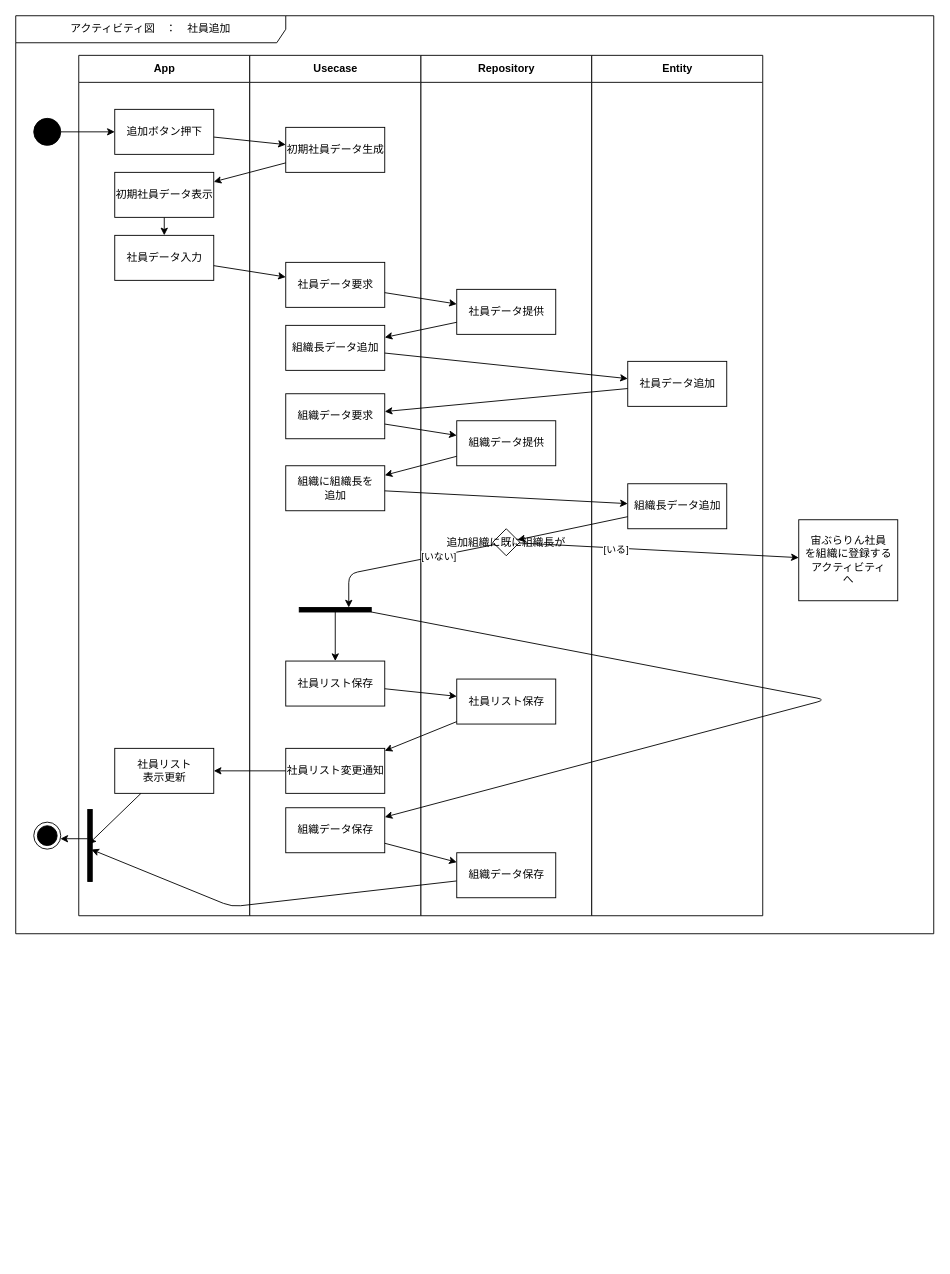
Above: page "社員追加" (2 of 6) of Designs/アクティビティ/アクティビティ図.drawio in bosssanovar/LightMvvmSample (draw.io), before the change. Source tidied: cells renumbered, new cells numbered last; positions are measured from the earlier drawing's top-left corner, leaving out a move shared by most shapes. Both pictures are drawn from the tidied source at 90%, with x=0, y=0 at pixel (15, 15).
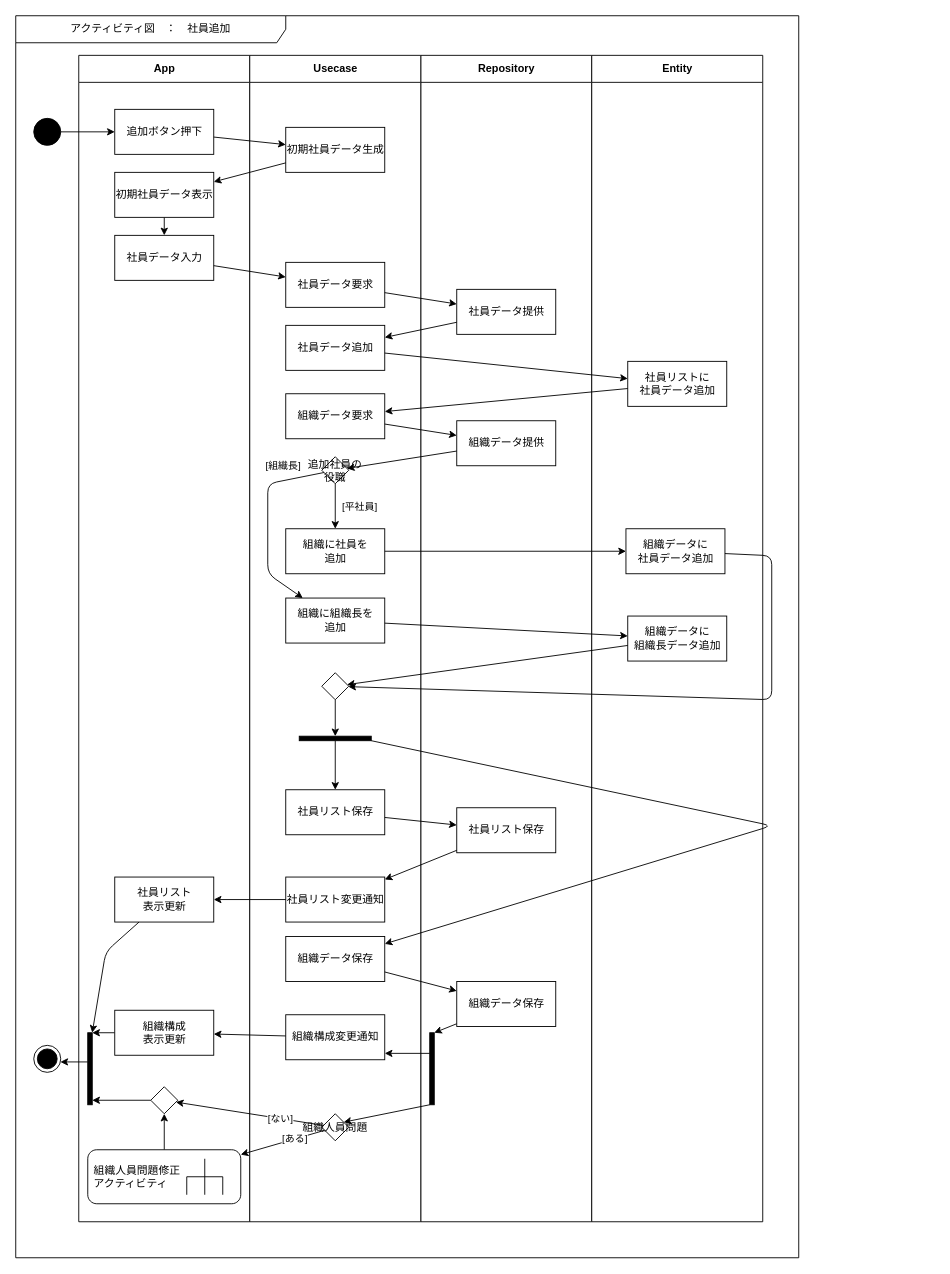
After the change.

The change refers to these unchanged cells:
```xml
<mxCell id="5" value="組織データ提供" style="html=1;" parent="3" vertex="1">
  <mxGeometry x="40" y="406" width="110" height="50" as="geometry" />
</mxCell>
```

Diff of the diagram source:
```diff
@@
     <mxCell id="2" value="アクティビティ図　：　社員追加" style="shape=umlFrame;whiteSpace=wrap;html=1;swimlaneFillColor=#FFFFFF;width=300;height=30;" parent="1" vertex="1">
-      <mxGeometry width="1020" height="1020" as="geometry" />
+      <mxGeometry width="870" height="1380" as="geometry" />
     </mxCell>
     <mxCell id="3" value="Repository" style="swimlane;fontStyle=1;align=center;horizontal=1;startSize=30;html=1;swimlaneFillColor=#FFFFFF;" parent="1" vertex="1">
-      <mxGeometry x="450" y="44" width="190" height="956" as="geometry" />
+      <mxGeometry x="450" y="44" width="190" height="1296" as="geometry" />
     </mxCell>
@@
-    <mxCell id="6" value="追加組織に既に組織長が" style="rhombus;" parent="3" vertex="1">
-      <mxGeometry x="80" y="526" width="30" height="30" as="geometry" />
-    </mxCell>
     <mxCell id="7" value="社員リスト保存" style="html=1;" parent="3" vertex="1">
-      <mxGeometry x="40" y="693" width="110" height="50" as="geometry" />
+      <mxGeometry x="40" y="836" width="110" height="50" as="geometry" />
     </mxCell>
+    <mxCell id="57" style="html=1;points=[];perimeter=orthogonalPerimeter;fillColor=strokeColor;" parent="3" vertex="1">
+      <mxGeometry x="10" y="1086" width="5" height="80" as="geometry" />
+    </mxCell>
     <mxCell id="8" value="Entity" style="swimlane;fontStyle=1;align=center;horizontal=1;startSize=30;html=1;swimlaneFillColor=#FFFFFF;" parent="1" vertex="1">
-      <mxGeometry x="640" y="44" width="190" height="956" as="geometry" />
+      <mxGeometry x="640" y="44" width="190" height="1296" as="geometry" />
     </mxCell>
-    <mxCell id="9" value="社員データ追加" style="html=1;" parent="8" vertex="1">
+    <mxCell id="9" value="社員リストに&lt;br&gt;社員データ追加" style="html=1;" parent="8" vertex="1">
       <mxGeometry x="40" y="340" width="110" height="50" as="geometry" />
     </mxCell>
-    <mxCell id="10" value="組織長データ追加" style="html=1;" parent="8" vertex="1">
-      <mxGeometry x="40" y="476" width="110" height="50" as="geometry" />
+    <mxCell id="10" value="組織データに&lt;br&gt;組織長データ追加" style="html=1;" parent="8" vertex="1">
+      <mxGeometry x="40" y="623" width="110" height="50" as="geometry" />
     </mxCell>
+    <mxCell id="58" value="組織データに&lt;br&gt;社員データ追加" style="html=1;" parent="8" vertex="1">
+      <mxGeometry x="38" y="526" width="110" height="50" as="geometry" />
+    </mxCell>
     <mxCell id="11" value="App" style="swimlane;fontStyle=1;align=center;horizontal=1;startSize=30;html=1;swimlaneFillColor=#FFFFFF;" parent="1" vertex="1">
-      <mxGeometry x="70" y="44" width="190" height="956" as="geometry" />
+      <mxGeometry x="70" y="44" width="190" height="1296" as="geometry" />
     </mxCell>
@@
     <mxCell id="16" style="html=1;points=[];perimeter=orthogonalPerimeter;fillColor=strokeColor;rotation=0;" parent="11" vertex="1">
-      <mxGeometry x="10" y="838" width="5" height="80" as="geometry" />
+      <mxGeometry x="10" y="1086" width="5" height="80" as="geometry" />
     </mxCell>
+    <mxCell id="59" style="edgeStyle=none;html=1;endArrow=classic;endFill=1;" parent="11" edge="1" source="60" target="62">
+      <mxGeometry relative="1" as="geometry" />
+    </mxCell>
+    <mxCell id="60" value="組織人員問題修正&lt;br&gt;アクティビティ" style="shape=mxgraph.uml25.behaviorAction;html=1;rounded=1;absoluteArcSize=1;arcSize=10;align=left;spacingLeft=5;" parent="11" vertex="1">
+      <mxGeometry x="10" y="1216" width="170" height="60" as="geometry" />
+    </mxCell>
+    <mxCell id="61" style="edgeStyle=none;html=1;endArrow=classic;endFill=1;" parent="11" edge="1" source="62" target="16">
+      <mxGeometry relative="1" as="geometry" />
+    </mxCell>
+    <mxCell id="62" style="rhombus;" parent="11" vertex="1">
+      <mxGeometry x="80" y="1146" width="30" height="30" as="geometry" />
+    </mxCell>
+    <mxCell id="63" style="edgeStyle=none;html=1;endArrow=classic;endFill=1;" parent="11" edge="1" source="64" target="16">
+      <mxGeometry relative="1" as="geometry" />
+    </mxCell>
+    <mxCell id="64" value="組織構成&lt;br&gt;表示更新" style="html=1;" parent="11" vertex="1">
+      <mxGeometry x="40" y="1061" width="110" height="50" as="geometry" />
+    </mxCell>
     <mxCell id="17" value="Usecase" style="swimlane;fontStyle=1;align=center;horizontal=1;startSize=30;html=1;swimlaneFillColor=#FFFFFF;" parent="1" vertex="1">
-      <mxGeometry x="260" y="44" width="190" height="956" as="geometry" />
+      <mxGeometry x="260" y="44" width="190" height="1296" as="geometry" />
     </mxCell>
@@
-    <mxCell id="20" value="組織長データ追加" style="html=1;" parent="17" vertex="1">
+    <mxCell id="20" value="社員データ追加" style="html=1;" parent="17" vertex="1">
       <mxGeometry x="40" y="300" width="110" height="50" as="geometry" />
     </mxCell>
@@
     <mxCell id="22" value="組織に組織長を&lt;br&gt;追加" style="html=1;" parent="17" vertex="1">
-      <mxGeometry x="40" y="456" width="110" height="50" as="geometry" />
+      <mxGeometry x="40" y="603" width="110" height="50" as="geometry" />
     </mxCell>
     <mxCell id="23" value="社員リスト保存" style="html=1;" parent="17" vertex="1">
-      <mxGeometry x="40" y="673" width="110" height="50" as="geometry" />
+      <mxGeometry x="40" y="816" width="110" height="50" as="geometry" />
     </mxCell>
@@
     <mxCell id="25" style="html=1;points=[];perimeter=orthogonalPerimeter;fillColor=strokeColor;rotation=-90;" parent="17" vertex="1">
-      <mxGeometry x="92.5" y="576" width="5" height="80" as="geometry" />
+      <mxGeometry x="92.5" y="719" width="5" height="80" as="geometry" />
     </mxCell>
     <mxCell id="26" value="組織データ保存" style="html=1;" parent="17" vertex="1">
-      <mxGeometry x="40" y="836" width="110" height="50" as="geometry" />
+      <mxGeometry x="40" y="979" width="110" height="50" as="geometry" />
     </mxCell>
     <mxCell id="27" style="edgeStyle=none;html=1;" parent="17" edge="1" source="25" target="26">
       <mxGeometry relative="1" as="geometry">
         <Array as="points">
-          <mxPoint x="640" y="716" />
+          <mxPoint x="580" y="856" />
         </Array>
       </mxGeometry>
     </mxCell>
+    <mxCell id="51" style="edgeStyle=none;html=1;startArrow=none;" parent="17" edge="1" source="65" target="25">
+      <mxGeometry relative="1" as="geometry" />
+    </mxCell>
+    <mxCell id="65" style="rhombus;" parent="17" vertex="1">
+      <mxGeometry x="80" y="686" width="30" height="30" as="geometry" />
+    </mxCell>
+    <mxCell id="66" style="edgeStyle=none;html=1;" parent="17" edge="1" source="68" target="22">
+      <mxGeometry relative="1" as="geometry">
+        <Array as="points">
+          <mxPoint x="20" y="476" />
+          <mxPoint x="20" y="576" />
+        </Array>
+      </mxGeometry>
+    </mxCell>
+    <mxCell id="67" value="[組織長]" style="edgeLabel;html=1;align=center;verticalAlign=middle;" parent="66" vertex="1">
+      <mxGeometry x="-0.71" y="2" relative="1" as="geometry">
+        <mxPoint x="-16" y="-16" as="offset" />
+      </mxGeometry>
+    </mxCell>
+    <mxCell id="68" value="追加社員の&#10;役職" style="rhombus;" parent="17" vertex="1">
+      <mxGeometry x="80" y="446" width="30" height="30" as="geometry" />
+    </mxCell>
+    <mxCell id="69" value="組織に社員を&lt;br&gt;追加" style="html=1;" parent="17" vertex="1">
+      <mxGeometry x="40" y="526" width="110" height="50" as="geometry" />
+    </mxCell>
+    <mxCell id="70" style="edgeStyle=none;html=1;" parent="17" edge="1" source="68" target="69">
+      <mxGeometry relative="1" as="geometry" />
+    </mxCell>
+    <mxCell id="71" value="[平社員]" style="edgeLabel;html=1;align=center;verticalAlign=middle;" parent="70" vertex="1">
+      <mxGeometry x="-0.5" y="-1" relative="1" as="geometry">
+        <mxPoint x="27" y="12" as="offset" />
+      </mxGeometry>
+    </mxCell>
+    <mxCell id="72" value="組織人員問題" style="rhombus;" parent="17" vertex="1">
+      <mxGeometry x="80" y="1176" width="30" height="30" as="geometry" />
+    </mxCell>
+    <mxCell id="73" value="組織構成変更通知" style="html=1;" parent="17" vertex="1">
+      <mxGeometry x="40" y="1066" width="110" height="50" as="geometry" />
+    </mxCell>
@@
     <mxCell id="36" value="社員リスト&lt;br&gt;表示更新" style="html=1;" parent="1" vertex="1">
-      <mxGeometry x="110" y="814" width="110" height="50" as="geometry" />
+      <mxGeometry x="110" y="957" width="110" height="50" as="geometry" />
     </mxCell>
     <mxCell id="37" value="社員リスト変更通知" style="html=1;" parent="1" vertex="1">
-      <mxGeometry x="300" y="814" width="110" height="50" as="geometry" />
+      <mxGeometry x="300" y="957" width="110" height="50" as="geometry" />
     </mxCell>
@@
     <mxCell id="41" style="ellipse;html=1;shape=endState;fillColor=strokeColor;" parent="1" vertex="1">
-      <mxGeometry x="20" y="896" width="30" height="30" as="geometry" />
+      <mxGeometry x="20" y="1144" width="30" height="30" as="geometry" />
     </mxCell>
-    <mxCell id="42" style="edgeStyle=none;html=1;entryX=0.153;entryY=0.481;entryDx=0;entryDy=0;entryPerimeter=0;" parent="1" edge="1" source="36" target="16">
-      <mxGeometry relative="1" as="geometry" />
+    <mxCell id="42" style="edgeStyle=none;html=1;" parent="1" edge="1" source="36" target="16">
+      <mxGeometry relative="1" as="geometry">
+        <Array as="points">
+          <mxPoint x="100" y="1040" />
+        </Array>
+      </mxGeometry>
     </mxCell>
@@
-    <mxCell id="45" style="edgeStyle=none;html=1;" parent="1" edge="1" source="5" target="22">
-      <mxGeometry relative="1" as="geometry" />
-    </mxCell>
@@
-    <mxCell id="47" style="edgeStyle=none;html=1;" parent="1" edge="1" source="10" target="6">
+    <mxCell id="47" style="edgeStyle=none;html=1;" parent="1" edge="1" source="10" target="65">
       <mxGeometry relative="1" as="geometry" />
     </mxCell>
-    <mxCell id="48" value="宙ぶらりん社員&lt;br&gt;を組織に登録する&lt;br&gt;アクティビティ&lt;br&gt;へ" style="html=1;" parent="1" vertex="1">
-      <mxGeometry x="870" y="560" width="110" height="90" as="geometry" />
-    </mxCell>
-    <mxCell id="49" style="edgeStyle=none;html=1;" parent="1" edge="1" source="6" target="48">
-      <mxGeometry relative="1" as="geometry" />
-    </mxCell>
-    <mxCell id="50" value="[いる]" style="edgeLabel;html=1;align=center;verticalAlign=middle;" parent="49" vertex="1">
-      <mxGeometry x="-0.31" relative="1" as="geometry">
-        <mxPoint y="1" as="offset" />
-      </mxGeometry>
-    </mxCell>
-    <mxCell id="51" style="edgeStyle=none;html=1;" parent="1" edge="1" source="6" target="25">
-      <mxGeometry relative="1" as="geometry">
-        <Array as="points">
-          <mxPoint x="370" y="620" />
-        </Array>
-      </mxGeometry>
-    </mxCell>
-    <mxCell id="52" value="[いない]" style="edgeLabel;html=1;align=center;verticalAlign=middle;" parent="51" vertex="1">
-      <mxGeometry x="-0.37" relative="1" as="geometry" />
-    </mxCell>
-    <mxCell id="53" style="edgeStyle=none;html=1;entryX=0.8;entryY=0.555;entryDx=0;entryDy=0;entryPerimeter=0;" parent="1" edge="1" source="54" target="16">
-      <mxGeometry relative="1" as="geometry">
-        <Array as="points">
-          <mxPoint x="240" y="990" />
-        </Array>
-      </mxGeometry>
-    </mxCell>
+    <mxCell id="74" style="edgeStyle=none;html=1;endArrow=classic;endFill=1;" parent="1" edge="1" source="54" target="57">
+      <mxGeometry relative="1" as="geometry" />
+    </mxCell>
     <mxCell id="54" value="組織データ保存" style="html=1;" parent="1" vertex="1">
-      <mxGeometry x="490" y="930" width="110" height="50" as="geometry" />
+      <mxGeometry x="490" y="1073" width="110" height="50" as="geometry" />
     </mxCell>
@@
+    <mxCell id="75" style="edgeStyle=none;html=1;" parent="1" edge="1" source="58" target="65">
+      <mxGeometry relative="1" as="geometry">
+        <Array as="points">
+          <mxPoint x="840" y="600" />
+          <mxPoint x="840" y="760" />
+        </Array>
+      </mxGeometry>
+    </mxCell>
+    <mxCell id="76" style="edgeStyle=none;html=1;" parent="1" edge="1" source="69" target="58">
+      <mxGeometry relative="1" as="geometry" />
+    </mxCell>
+    <mxCell id="77" style="edgeStyle=none;html=1;" parent="1" edge="1" source="5" target="68">
+      <mxGeometry relative="1" as="geometry" />
+    </mxCell>
+    <mxCell id="78" style="edgeStyle=none;html=1;endArrow=classic;endFill=1;" parent="1" edge="1" source="72" target="60">
+      <mxGeometry relative="1" as="geometry" />
+    </mxCell>
+    <mxCell id="79" value="[ある]" style="edgeLabel;html=1;align=center;verticalAlign=middle;" parent="78" vertex="1">
+      <mxGeometry x="-0.29" y="-1" relative="1" as="geometry" />
+    </mxCell>
+    <mxCell id="80" style="edgeStyle=none;html=1;endArrow=classic;endFill=1;" parent="1" edge="1" source="72" target="62">
+      <mxGeometry relative="1" as="geometry" />
+    </mxCell>
+    <mxCell id="81" value="[ない]" style="edgeLabel;html=1;align=center;verticalAlign=middle;" parent="80" vertex="1">
+      <mxGeometry x="-0.41" relative="1" as="geometry" />
+    </mxCell>
+    <mxCell id="82" style="edgeStyle=none;html=1;endArrow=classic;endFill=1;" parent="1" edge="1" source="57" target="72">
+      <mxGeometry relative="1" as="geometry" />
+    </mxCell>
+    <mxCell id="83" style="edgeStyle=none;html=1;endArrow=classic;endFill=1;" parent="1" edge="1" source="57" target="73">
+      <mxGeometry relative="1" as="geometry" />
+    </mxCell>
+    <mxCell id="84" style="edgeStyle=none;html=1;endArrow=classic;endFill=1;" parent="1" edge="1" source="73" target="64">
+      <mxGeometry relative="1" as="geometry" />
+    </mxCell>
```
